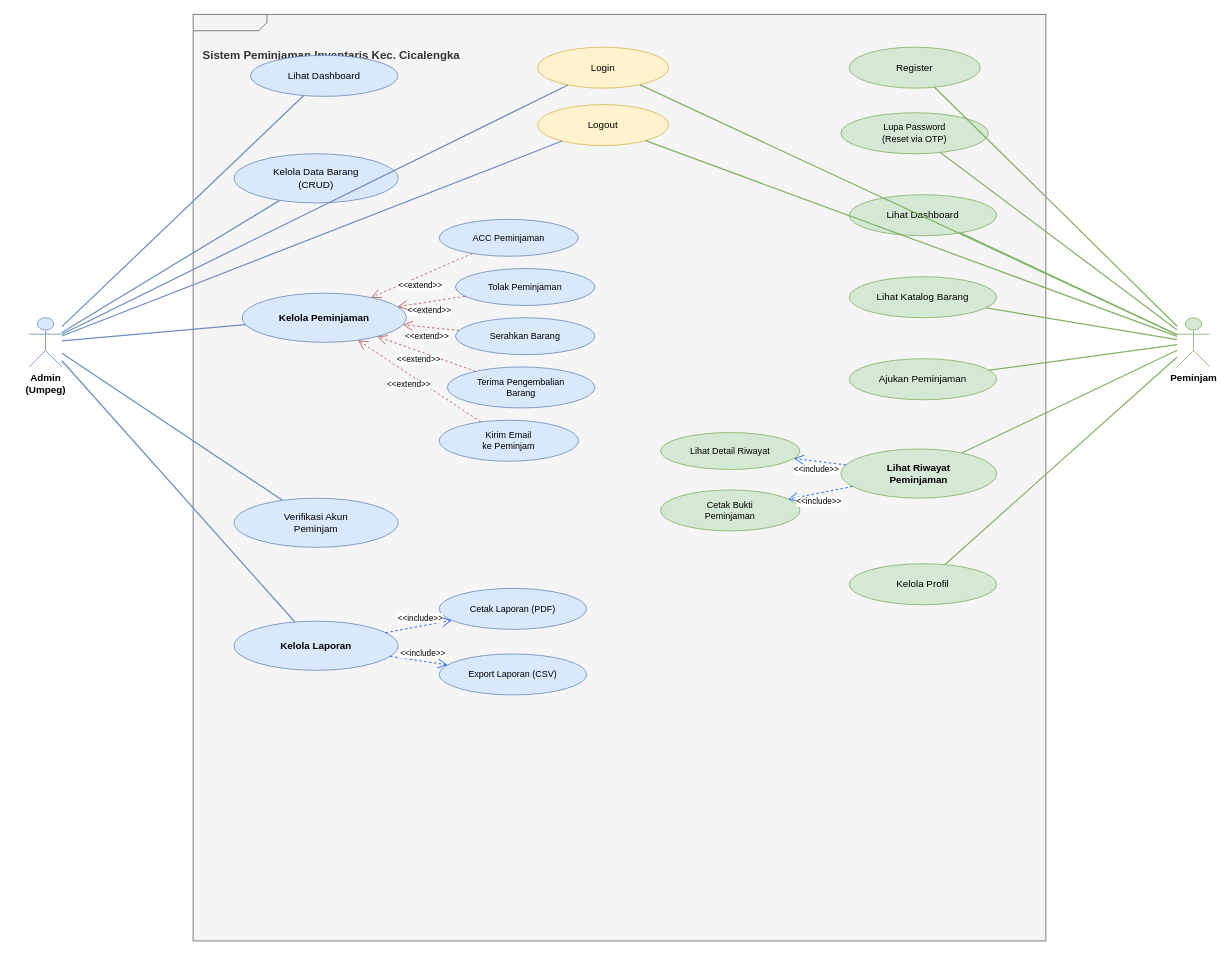
This is usecase_diagram.drawio.xml from Pepeb12/peminjaman-inventaris-kec.cicalengka, a draw.io file, before an edit. Source tidied: cells renumbered, new cells numbered last; positions are measured from the earlier drawing's top-left corner, leaving out a move shared by most shapes. Both pictures are drawn from the tidied source at 82%, with x=0, y=0 at pixel (29, 14).
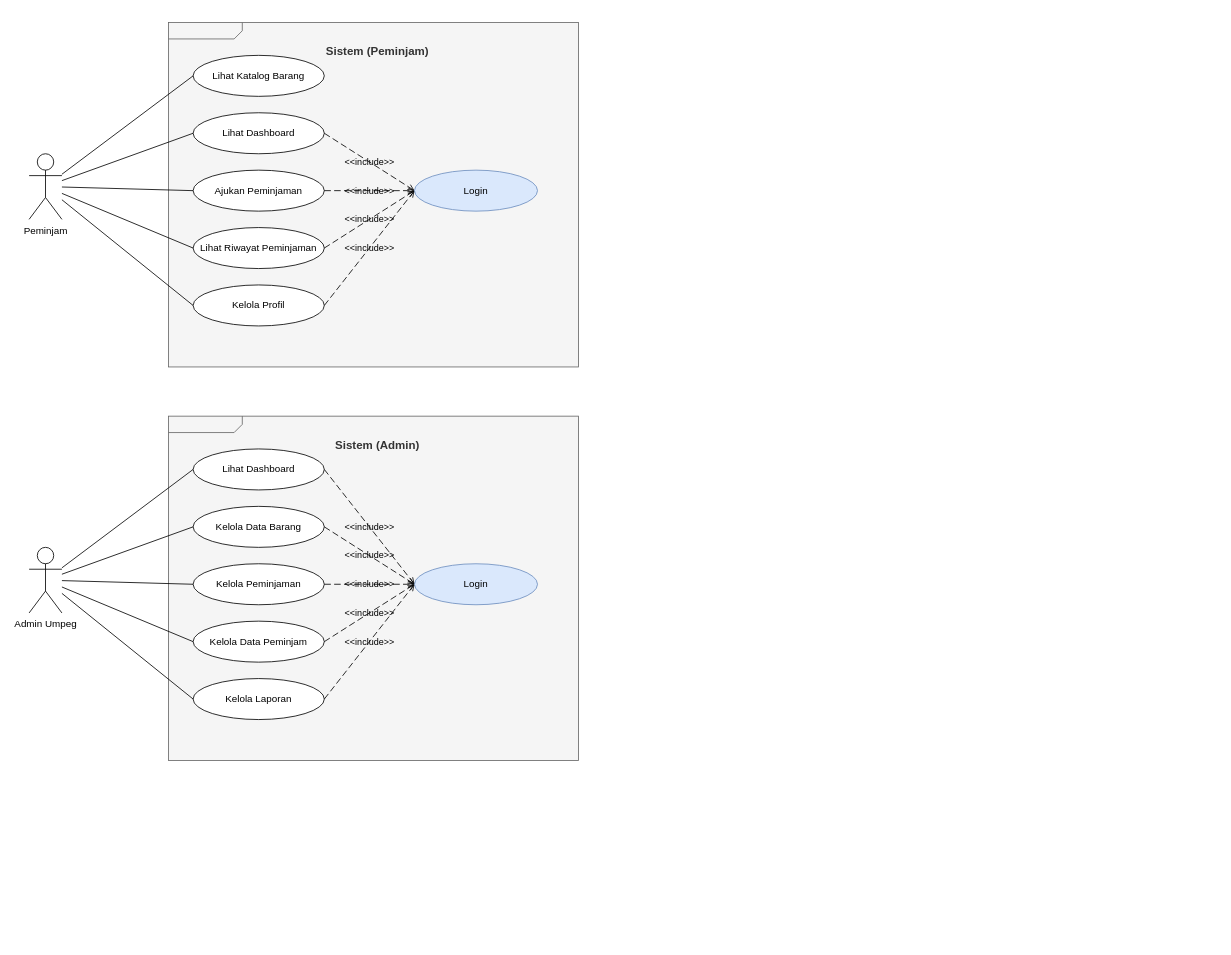
Above is the later version.

What changed in the source:
```diff
@@
-    <mxCell id="2" value="Sistem Peminjaman Inventaris Kec. Cicalengka" style="shape=mxgraph.sysml.package;align=left;spacingLeft=10;spacingTop=5;tabWidth=340;tabHeight=30;whiteSpace=wrap;html=1;fillColor=#f5f5f5;strokeColor=#666666;fontColor=#333333;fontSize=14;fontStyle=1;verticalAlign=top;spacingTop=35;" parent="1" vertex="1">
-      <mxGeometry x="200" width="1040" height="1130" as="geometry" />
-    </mxCell>
-    <mxCell id="3" value="Admin&#10;(Umpeg)" style="shape=umlActor;verticalLabelPosition=bottom;verticalAlign=top;html=1;outlineConnect=0;fillColor=#dae8fc;strokeColor=#6c8ebf;fontSize=12;fontStyle=1;" parent="1" vertex="1">
-      <mxGeometry y="370" width="40" height="60" as="geometry" />
-    </mxCell>
+    <mxCell id="53" value="Sistem (Peminjam)" style="shape=mxgraph.sysml.package;align=center;spacingLeft=10;spacingTop=5;tabWidth=150;tabHeight=25;whiteSpace=wrap;html=1;fillColor=#f5f5f5;strokeColor=#666666;fontColor=#333333;fontSize=14;fontStyle=1;verticalAlign=top;spacingTop=20;" parent="1" vertex="1">
+      <mxGeometry x="170" y="10" width="500" height="420" as="geometry" />
+    </mxCell>
-    <mxCell id="4" value="Peminjam" style="shape=umlActor;verticalLabelPosition=bottom;verticalAlign=top;html=1;outlineConnect=0;fillColor=#d5e8d4;strokeColor=#82b366;fontSize=12;fontStyle=1;" parent="1" vertex="1">
-      <mxGeometry x="1400" y="370" width="40" height="60" as="geometry" />
+    <mxCell id="4" value="Peminjam" style="shape=umlActor;verticalLabelPosition=bottom;verticalAlign=top;html=1;outlineConnect=0;" parent="1" vertex="1">
+      <mxGeometry y="170" width="40" height="80" as="geometry" />
     </mxCell>
-    <mxCell id="5" value="Login" style="ellipse;whiteSpace=wrap;html=1;fillColor=#fff2cc;strokeColor=#d6b656;fontSize=12;fontStyle=0;" parent="1" vertex="1">
-      <mxGeometry x="620" y="40" width="160" height="50" as="geometry" />
-    </mxCell>
-    <mxCell id="6" value="Logout" style="ellipse;whiteSpace=wrap;html=1;fillColor=#fff2cc;strokeColor=#d6b656;fontSize=12;fontStyle=0;" parent="1" vertex="1">
-      <mxGeometry x="620" y="110" width="160" height="50" as="geometry" />
-    </mxCell>
-    <mxCell id="7" value="Lihat Dashboard" style="ellipse;whiteSpace=wrap;html=1;fillColor=#dae8fc;strokeColor=#6c8ebf;fontSize=12;" parent="1" vertex="1">
-      <mxGeometry x="270" y="50" width="180" height="50" as="geometry" />
-    </mxCell>
-    <mxCell id="8" value="Kelola Data Barang&#10;(CRUD)" style="ellipse;whiteSpace=wrap;html=1;fillColor=#dae8fc;strokeColor=#6c8ebf;fontSize=12;" parent="1" vertex="1">
-      <mxGeometry x="250" y="170" width="200" height="60" as="geometry" />
-    </mxCell>
-    <mxCell id="9" value="Kelola Peminjaman" style="ellipse;whiteSpace=wrap;html=1;fillColor=#dae8fc;strokeColor=#6c8ebf;fontSize=12;fontStyle=1;" parent="1" vertex="1">
-      <mxGeometry x="260" y="340" width="200" height="60" as="geometry" />
-    </mxCell>
-    <mxCell id="10" value="ACC Peminjaman" style="ellipse;whiteSpace=wrap;html=1;fillColor=#dae8fc;strokeColor=#6c8ebf;fontSize=11;" parent="1" vertex="1">
-      <mxGeometry x="500" y="250" width="170" height="45" as="geometry" />
-    </mxCell>
-    <mxCell id="11" value="Tolak Peminjaman" style="ellipse;whiteSpace=wrap;html=1;fillColor=#dae8fc;strokeColor=#6c8ebf;fontSize=11;" parent="1" vertex="1">
-      <mxGeometry x="520" y="310" width="170" height="45" as="geometry" />
-    </mxCell>
-    <mxCell id="12" value="Serahkan Barang" style="ellipse;whiteSpace=wrap;html=1;fillColor=#dae8fc;strokeColor=#6c8ebf;fontSize=11;" parent="1" vertex="1">
-      <mxGeometry x="520" y="370" width="170" height="45" as="geometry" />
-    </mxCell>
-    <mxCell id="13" value="Terima Pengembalian&#10;Barang" style="ellipse;whiteSpace=wrap;html=1;fillColor=#dae8fc;strokeColor=#6c8ebf;fontSize=11;" parent="1" vertex="1">
-      <mxGeometry x="510" y="430" width="180" height="50" as="geometry" />
-    </mxCell>
-    <mxCell id="14" value="Kirim Email&#10;ke Peminjam" style="ellipse;whiteSpace=wrap;html=1;fillColor=#dae8fc;strokeColor=#6c8ebf;fontSize=11;" parent="1" vertex="1">
-      <mxGeometry x="500" y="495" width="170" height="50" as="geometry" />
-    </mxCell>
-    <mxCell id="15" value="Verifikasi Akun&#10;Peminjam" style="ellipse;whiteSpace=wrap;html=1;fillColor=#dae8fc;strokeColor=#6c8ebf;fontSize=12;" parent="1" vertex="1">
-      <mxGeometry x="250" y="590" width="200" height="60" as="geometry" />
-    </mxCell>
-    <mxCell id="16" value="Kelola Laporan" style="ellipse;whiteSpace=wrap;html=1;fillColor=#dae8fc;strokeColor=#6c8ebf;fontSize=12;fontStyle=1;" parent="1" vertex="1">
-      <mxGeometry x="250" y="740" width="200" height="60" as="geometry" />
-    </mxCell>
-    <mxCell id="17" value="Cetak Laporan (PDF)" style="ellipse;whiteSpace=wrap;html=1;fillColor=#dae8fc;strokeColor=#6c8ebf;fontSize=11;" parent="1" vertex="1">
-      <mxGeometry x="500" y="700" width="180" height="50" as="geometry" />
-    </mxCell>
-    <mxCell id="18" value="Export Laporan (CSV)" style="ellipse;whiteSpace=wrap;html=1;fillColor=#dae8fc;strokeColor=#6c8ebf;fontSize=11;" parent="1" vertex="1">
-      <mxGeometry x="500" y="780" width="180" height="50" as="geometry" />
-    </mxCell>
-    <mxCell id="19" value="Register" style="ellipse;whiteSpace=wrap;html=1;fillColor=#d5e8d4;strokeColor=#82b366;fontSize=12;" parent="1" vertex="1">
-      <mxGeometry x="1000" y="40" width="160" height="50" as="geometry" />
-    </mxCell>
-    <mxCell id="20" value="Lupa Password&#10;(Reset via OTP)" style="ellipse;whiteSpace=wrap;html=1;fillColor=#d5e8d4;strokeColor=#82b366;fontSize=11;" parent="1" vertex="1">
-      <mxGeometry x="990" y="120" width="180" height="50" as="geometry" />
-    </mxCell>
-    <mxCell id="21" value="Lihat Dashboard" style="ellipse;whiteSpace=wrap;html=1;fillColor=#d5e8d4;strokeColor=#82b366;fontSize=12;" parent="1" vertex="1">
-      <mxGeometry x="1000" y="220" width="180" height="50" as="geometry" />
-    </mxCell>
-    <mxCell id="22" value="Lihat Katalog Barang" style="ellipse;whiteSpace=wrap;html=1;fillColor=#d5e8d4;strokeColor=#82b366;fontSize=12;" parent="1" vertex="1">
-      <mxGeometry x="1000" y="320" width="180" height="50" as="geometry" />
+    <mxCell id="22" value="Lihat Katalog Barang" style="ellipse;whiteSpace=wrap;html=1;" parent="1" vertex="1">
+      <mxGeometry x="200" y="50" width="160" height="50" as="geometry" />
     </mxCell>
+    <mxCell id="54" value="Lihat Dashboard" style="ellipse;whiteSpace=wrap;html=1;" parent="1" vertex="1">
+      <mxGeometry x="200" y="120" width="160" height="50" as="geometry" />
+    </mxCell>
-    <mxCell id="23" value="Ajukan Peminjaman" style="ellipse;whiteSpace=wrap;html=1;fillColor=#d5e8d4;strokeColor=#82b366;fontSize=12;" parent="1" vertex="1">
-      <mxGeometry x="1000" y="420" width="180" height="50" as="geometry" />
+    <mxCell id="23" value="Ajukan Peminjaman" style="ellipse;whiteSpace=wrap;html=1;" parent="1" vertex="1">
+      <mxGeometry x="200" y="190" width="160" height="50" as="geometry" />
     </mxCell>
-    <mxCell id="24" value="Lihat Riwayat&#10;Peminjaman" style="ellipse;whiteSpace=wrap;html=1;fillColor=#d5e8d4;strokeColor=#82b366;fontSize=12;fontStyle=1;" parent="1" vertex="1">
-      <mxGeometry x="990" y="530" width="190" height="60" as="geometry" />
+    <mxCell id="24" value="Lihat Riwayat Peminjaman" style="ellipse;whiteSpace=wrap;html=1;" parent="1" vertex="1">
+      <mxGeometry x="200" y="260" width="160" height="50" as="geometry" />
     </mxCell>
-    <mxCell id="25" value="Lihat Detail Riwayat" style="ellipse;whiteSpace=wrap;html=1;fillColor=#d5e8d4;strokeColor=#82b366;fontSize=11;" parent="1" vertex="1">
-      <mxGeometry x="770" y="510" width="170" height="45" as="geometry" />
-    </mxCell>
-    <mxCell id="26" value="Cetak Bukti&#10;Peminjaman" style="ellipse;whiteSpace=wrap;html=1;fillColor=#d5e8d4;strokeColor=#82b366;fontSize=11;" parent="1" vertex="1">
-      <mxGeometry x="770" y="580" width="170" height="50" as="geometry" />
-    </mxCell>
-    <mxCell id="27" value="Kelola Profil" style="ellipse;whiteSpace=wrap;html=1;fillColor=#d5e8d4;strokeColor=#82b366;fontSize=12;" parent="1" vertex="1">
-      <mxGeometry x="1000" y="670" width="180" height="50" as="geometry" />
+    <mxCell id="27" value="Kelola Profil" style="ellipse;whiteSpace=wrap;html=1;" parent="1" vertex="1">
+      <mxGeometry x="200" y="330" width="160" height="50" as="geometry" />
     </mxCell>
-    <mxCell id="28" style="endArrow=none;html=1;strokeColor=#6c8ebf;strokeWidth=1.5;" parent="1" edge="1" source="3" target="5">
-      <mxGeometry relative="1" as="geometry" />
-    </mxCell>
-    <mxCell id="29" style="endArrow=none;html=1;strokeColor=#6c8ebf;strokeWidth=1.5;" parent="1" edge="1" source="3" target="6">
-      <mxGeometry relative="1" as="geometry" />
-    </mxCell>
-    <mxCell id="30" style="endArrow=none;html=1;strokeColor=#6c8ebf;strokeWidth=1.5;" parent="1" edge="1" source="3" target="7">
-      <mxGeometry relative="1" as="geometry" />
-    </mxCell>
-    <mxCell id="31" style="endArrow=none;html=1;strokeColor=#6c8ebf;strokeWidth=1.5;" parent="1" edge="1" source="3" target="8">
-      <mxGeometry relative="1" as="geometry" />
-    </mxCell>
-    <mxCell id="32" style="endArrow=none;html=1;strokeColor=#6c8ebf;strokeWidth=1.5;" parent="1" edge="1" source="3" target="9">
-      <mxGeometry relative="1" as="geometry" />
-    </mxCell>
-    <mxCell id="33" style="endArrow=none;html=1;strokeColor=#6c8ebf;strokeWidth=1.5;" parent="1" edge="1" source="3" target="15">
-      <mxGeometry relative="1" as="geometry" />
-    </mxCell>
-    <mxCell id="34" style="endArrow=none;html=1;strokeColor=#6c8ebf;strokeWidth=1.5;" parent="1" edge="1" source="3" target="16">
-      <mxGeometry relative="1" as="geometry" />
-    </mxCell>
-    <mxCell id="35" style="endArrow=none;html=1;strokeColor=#82b366;strokeWidth=1.5;" parent="1" edge="1" source="4" target="5">
-      <mxGeometry relative="1" as="geometry" />
-    </mxCell>
-    <mxCell id="36" style="endArrow=none;html=1;strokeColor=#82b366;strokeWidth=1.5;" parent="1" edge="1" source="4" target="6">
-      <mxGeometry relative="1" as="geometry" />
-    </mxCell>
-    <mxCell id="37" style="endArrow=none;html=1;strokeColor=#82b366;strokeWidth=1.5;" parent="1" edge="1" source="4" target="19">
-      <mxGeometry relative="1" as="geometry" />
-    </mxCell>
-    <mxCell id="38" style="endArrow=none;html=1;strokeColor=#82b366;strokeWidth=1.5;" parent="1" edge="1" source="4" target="20">
-      <mxGeometry relative="1" as="geometry" />
-    </mxCell>
-    <mxCell id="39" style="endArrow=none;html=1;strokeColor=#82b366;strokeWidth=1.5;" parent="1" edge="1" source="4" target="21">
-      <mxGeometry relative="1" as="geometry" />
-    </mxCell>
+    <mxCell id="55" value="Login" style="ellipse;whiteSpace=wrap;html=1;fillColor=#dae8fc;strokeColor=#6c8ebf;" parent="1" vertex="1">
+      <mxGeometry x="470" y="190" width="150" height="50" as="geometry" />
+    </mxCell>
-    <mxCell id="40" style="endArrow=none;html=1;strokeColor=#82b366;strokeWidth=1.5;" parent="1" edge="1" source="4" target="22">
+    <mxCell id="40" style="endArrow=none;html=1;strokeColor=#000000;entryX=0;entryY=0.5;entryDx=0;entryDy=0;" parent="1" edge="1" source="4" target="22">
       <mxGeometry relative="1" as="geometry" />
     </mxCell>
+    <mxCell id="56" style="endArrow=none;html=1;strokeColor=#000000;entryX=0;entryY=0.5;entryDx=0;entryDy=0;" parent="1" edge="1" source="4" target="54">
+      <mxGeometry relative="1" as="geometry" />
+    </mxCell>
-    <mxCell id="41" style="endArrow=none;html=1;strokeColor=#82b366;strokeWidth=1.5;" parent="1" edge="1" source="4" target="23">
+    <mxCell id="41" style="endArrow=none;html=1;strokeColor=#000000;entryX=0;entryY=0.5;entryDx=0;entryDy=0;" parent="1" edge="1" source="4" target="23">
       <mxGeometry relative="1" as="geometry" />
     </mxCell>
-    <mxCell id="42" style="endArrow=none;html=1;strokeColor=#82b366;strokeWidth=1.5;" parent="1" edge="1" source="4" target="24">
+    <mxCell id="42" style="endArrow=none;html=1;strokeColor=#000000;entryX=0;entryY=0.5;entryDx=0;entryDy=0;" parent="1" edge="1" source="4" target="24">
       <mxGeometry relative="1" as="geometry" />
     </mxCell>
-    <mxCell id="43" style="endArrow=none;html=1;strokeColor=#82b366;strokeWidth=1.5;" parent="1" edge="1" source="4" target="27">
+    <mxCell id="43" style="endArrow=none;html=1;strokeColor=#000000;entryX=0;entryY=0.5;entryDx=0;entryDy=0;" parent="1" edge="1" source="4" target="27">
       <mxGeometry relative="1" as="geometry" />
     </mxCell>
-    <mxCell id="44" value="&lt;font style=&quot;font-size: 10px;&quot;&gt;&amp;lt;&amp;lt;extend&amp;gt;&amp;gt;&lt;/font&gt;" style="endArrow=open;html=1;dashed=1;strokeColor=#b85450;fontSize=10;endSize=10;" parent="1" edge="1" source="10" target="9">
-      <mxGeometry x="0.1" y="10" relative="1" as="geometry" />
-    </mxCell>
-    <mxCell id="45" value="&lt;font style=&quot;font-size: 10px;&quot;&gt;&amp;lt;&amp;lt;extend&amp;gt;&amp;gt;&lt;/font&gt;" style="endArrow=open;html=1;dashed=1;strokeColor=#b85450;fontSize=10;endSize=10;" parent="1" edge="1" source="11" target="9">
-      <mxGeometry x="0.1" y="10" relative="1" as="geometry" />
-    </mxCell>
-    <mxCell id="46" value="&lt;font style=&quot;font-size: 10px;&quot;&gt;&amp;lt;&amp;lt;extend&amp;gt;&amp;gt;&lt;/font&gt;" style="endArrow=open;html=1;dashed=1;strokeColor=#b85450;fontSize=10;endSize=10;" parent="1" edge="1" source="12" target="9">
-      <mxGeometry x="0.1" y="10" relative="1" as="geometry" />
-    </mxCell>
-    <mxCell id="47" value="&lt;font style=&quot;font-size: 10px;&quot;&gt;&amp;lt;&amp;lt;extend&amp;gt;&amp;gt;&lt;/font&gt;" style="endArrow=open;html=1;dashed=1;strokeColor=#b85450;fontSize=10;endSize=10;" parent="1" edge="1" source="13" target="9">
-      <mxGeometry x="0.1" y="10" relative="1" as="geometry" />
-    </mxCell>
-    <mxCell id="48" value="&lt;font style=&quot;font-size: 10px;&quot;&gt;&amp;lt;&amp;lt;extend&amp;gt;&amp;gt;&lt;/font&gt;" style="endArrow=open;html=1;dashed=1;strokeColor=#b85450;fontSize=10;endSize=10;" parent="1" edge="1" source="14" target="9">
-      <mxGeometry x="0.1" y="10" relative="1" as="geometry" />
-    </mxCell>
-    <mxCell id="49" value="&lt;font style=&quot;font-size: 10px;&quot;&gt;&amp;lt;&amp;lt;include&amp;gt;&amp;gt;&lt;/font&gt;" style="endArrow=open;html=1;dashed=1;strokeColor=#0050ef;fontSize=10;endSize=10;" parent="1" edge="1" source="16" target="17">
-      <mxGeometry x="0.1" y="10" relative="1" as="geometry" />
-    </mxCell>
-    <mxCell id="50" value="&lt;font style=&quot;font-size: 10px;&quot;&gt;&amp;lt;&amp;lt;include&amp;gt;&amp;gt;&lt;/font&gt;" style="endArrow=open;html=1;dashed=1;strokeColor=#0050ef;fontSize=10;endSize=10;" parent="1" edge="1" source="16" target="18">
-      <mxGeometry x="0.1" y="10" relative="1" as="geometry" />
-    </mxCell>
-    <mxCell id="51" value="&lt;font style=&quot;font-size: 10px;&quot;&gt;&amp;lt;&amp;lt;include&amp;gt;&amp;gt;&lt;/font&gt;" style="endArrow=open;html=1;dashed=1;strokeColor=#0050ef;fontSize=10;endSize=10;" parent="1" edge="1" source="24" target="25">
-      <mxGeometry x="0.1" y="10" relative="1" as="geometry" />
-    </mxCell>
-    <mxCell id="52" value="&lt;font style=&quot;font-size: 10px;&quot;&gt;&amp;lt;&amp;lt;include&amp;gt;&amp;gt;&lt;/font&gt;" style="endArrow=open;html=1;dashed=1;strokeColor=#0050ef;fontSize=10;endSize=10;" parent="1" edge="1" source="24" target="26">
-      <mxGeometry x="0.1" y="10" relative="1" as="geometry" />
-    </mxCell>
+    <mxCell id="57" value="&amp;lt;&amp;lt;include&amp;gt;&amp;gt;" style="endArrow=open;html=1;dashed=1;dashPattern=8 4;strokeColor=#000000;exitX=1;exitY=0.5;exitDx=0;exitDy=0;entryX=0;entryY=0.5;entryDx=0;entryDy=0;labelBackgroundColor=none;" parent="1" edge="1" source="54" target="55">
+      <mxGeometry relative="1" as="geometry" />
+    </mxCell>
+    <mxCell id="58" value="&amp;lt;&amp;lt;include&amp;gt;&amp;gt;" style="endArrow=open;html=1;dashed=1;dashPattern=8 4;strokeColor=#000000;exitX=1;exitY=0.5;exitDx=0;exitDy=0;entryX=0;entryY=0.5;entryDx=0;entryDy=0;labelBackgroundColor=none;" parent="1" edge="1" source="23" target="55">
+      <mxGeometry relative="1" as="geometry" />
+    </mxCell>
+    <mxCell id="59" value="&amp;lt;&amp;lt;include&amp;gt;&amp;gt;" style="endArrow=open;html=1;dashed=1;dashPattern=8 4;strokeColor=#000000;exitX=1;exitY=0.5;exitDx=0;exitDy=0;entryX=0;entryY=0.5;entryDx=0;entryDy=0;labelBackgroundColor=none;" parent="1" edge="1" source="24" target="55">
+      <mxGeometry relative="1" as="geometry" />
+    </mxCell>
+    <mxCell id="60" value="&amp;lt;&amp;lt;include&amp;gt;&amp;gt;" style="endArrow=open;html=1;dashed=1;dashPattern=8 4;strokeColor=#000000;exitX=1;exitY=0.5;exitDx=0;exitDy=0;entryX=0;entryY=0.5;entryDx=0;entryDy=0;labelBackgroundColor=none;" parent="1" edge="1" source="27" target="55">
+      <mxGeometry relative="1" as="geometry" />
+    </mxCell>
+    <mxCell id="61" value="Sistem (Admin)" style="shape=mxgraph.sysml.package;align=center;spacingLeft=10;spacingTop=5;tabWidth=150;tabHeight=25;whiteSpace=wrap;html=1;fillColor=#f5f5f5;strokeColor=#666666;fontColor=#333333;fontSize=14;fontStyle=1;verticalAlign=top;spacingTop=20;" parent="1" vertex="1">
+      <mxGeometry x="170" y="490" width="500" height="420" as="geometry" />
+    </mxCell>
+    <mxCell id="62" value="Admin Umpeg" style="shape=umlActor;verticalLabelPosition=bottom;verticalAlign=top;html=1;outlineConnect=0;" parent="1" vertex="1">
+      <mxGeometry y="650" width="40" height="80" as="geometry" />
+    </mxCell>
+    <mxCell id="63" value="Lihat Dashboard" style="ellipse;whiteSpace=wrap;html=1;" parent="1" vertex="1">
+      <mxGeometry x="200" y="530" width="160" height="50" as="geometry" />
+    </mxCell>
+    <mxCell id="64" value="Kelola Data Barang" style="ellipse;whiteSpace=wrap;html=1;" parent="1" vertex="1">
+      <mxGeometry x="200" y="600" width="160" height="50" as="geometry" />
+    </mxCell>
+    <mxCell id="9" value="Kelola Peminjaman" style="ellipse;whiteSpace=wrap;html=1;" parent="1" vertex="1">
+      <mxGeometry x="200" y="670" width="160" height="50" as="geometry" />
+    </mxCell>
+    <mxCell id="65" value="Kelola Data Peminjam" style="ellipse;whiteSpace=wrap;html=1;" parent="1" vertex="1">
+      <mxGeometry x="200" y="740" width="160" height="50" as="geometry" />
+    </mxCell>
+    <mxCell id="16" value="Kelola Laporan" style="ellipse;whiteSpace=wrap;html=1;" parent="1" vertex="1">
+      <mxGeometry x="200" y="810" width="160" height="50" as="geometry" />
+    </mxCell>
+    <mxCell id="66" value="Login" style="ellipse;whiteSpace=wrap;html=1;fillColor=#dae8fc;strokeColor=#6c8ebf;" parent="1" vertex="1">
+      <mxGeometry x="470" y="670" width="150" height="50" as="geometry" />
+    </mxCell>
+    <mxCell id="67" style="endArrow=none;html=1;strokeColor=#000000;entryX=0;entryY=0.5;entryDx=0;entryDy=0;" parent="1" edge="1" source="62" target="63">
+      <mxGeometry relative="1" as="geometry" />
+    </mxCell>
+    <mxCell id="68" style="endArrow=none;html=1;strokeColor=#000000;entryX=0;entryY=0.5;entryDx=0;entryDy=0;" parent="1" edge="1" source="62" target="64">
+      <mxGeometry relative="1" as="geometry" />
+    </mxCell>
+    <mxCell id="69" style="endArrow=none;html=1;strokeColor=#000000;entryX=0;entryY=0.5;entryDx=0;entryDy=0;" parent="1" edge="1" source="62" target="9">
+      <mxGeometry relative="1" as="geometry" />
+    </mxCell>
+    <mxCell id="70" style="endArrow=none;html=1;strokeColor=#000000;entryX=0;entryY=0.5;entryDx=0;entryDy=0;" parent="1" edge="1" source="62" target="65">
+      <mxGeometry relative="1" as="geometry" />
+    </mxCell>
+    <mxCell id="71" style="endArrow=none;html=1;strokeColor=#000000;entryX=0;entryY=0.5;entryDx=0;entryDy=0;" parent="1" edge="1" source="62" target="16">
+      <mxGeometry relative="1" as="geometry" />
+    </mxCell>
+    <mxCell id="72" value="&amp;lt;&amp;lt;include&amp;gt;&amp;gt;" style="endArrow=open;html=1;dashed=1;dashPattern=8 4;strokeColor=#000000;exitX=1;exitY=0.5;exitDx=0;exitDy=0;entryX=0;entryY=0.5;entryDx=0;entryDy=0;labelBackgroundColor=none;" parent="1" edge="1" source="63" target="66">
+      <mxGeometry relative="1" as="geometry" />
+    </mxCell>
+    <mxCell id="73" value="&amp;lt;&amp;lt;include&amp;gt;&amp;gt;" style="endArrow=open;html=1;dashed=1;dashPattern=8 4;strokeColor=#000000;exitX=1;exitY=0.5;exitDx=0;exitDy=0;entryX=0;entryY=0.5;entryDx=0;entryDy=0;labelBackgroundColor=none;" parent="1" edge="1" source="64" target="66">
+      <mxGeometry relative="1" as="geometry" />
+    </mxCell>
+    <mxCell id="74" value="&amp;lt;&amp;lt;include&amp;gt;&amp;gt;" style="endArrow=open;html=1;dashed=1;dashPattern=8 4;strokeColor=#000000;exitX=1;exitY=0.5;exitDx=0;exitDy=0;entryX=0;entryY=0.5;entryDx=0;entryDy=0;labelBackgroundColor=none;" parent="1" edge="1" source="9" target="66">
+      <mxGeometry relative="1" as="geometry" />
+    </mxCell>
+    <mxCell id="75" value="&amp;lt;&amp;lt;include&amp;gt;&amp;gt;" style="endArrow=open;html=1;dashed=1;dashPattern=8 4;strokeColor=#000000;exitX=1;exitY=0.5;exitDx=0;exitDy=0;entryX=0;entryY=0.5;entryDx=0;entryDy=0;labelBackgroundColor=none;" parent="1" edge="1" source="65" target="66">
+      <mxGeometry relative="1" as="geometry" />
+    </mxCell>
+    <mxCell id="76" value="&amp;lt;&amp;lt;include&amp;gt;&amp;gt;" style="endArrow=open;html=1;dashed=1;dashPattern=8 4;strokeColor=#000000;exitX=1;exitY=0.5;exitDx=0;exitDy=0;entryX=0;entryY=0.5;entryDx=0;entryDy=0;labelBackgroundColor=none;" parent="1" edge="1" source="16" target="66">
+      <mxGeometry relative="1" as="geometry" />
+    </mxCell>
```
